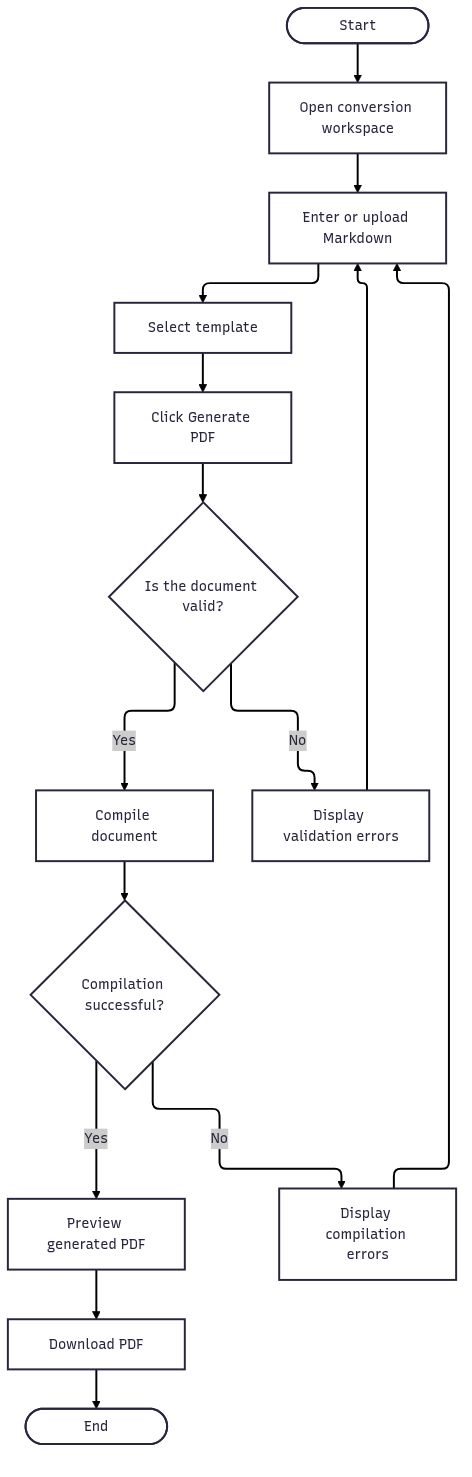
Litho-MD/uet-fyp-docs keeps this Mermaid diagram as Figures/userflow/01-user-md-to-pdf.png. Above is the earlier version. Its source is kept beside it as diagrams/mmd/userflow/01-user-md-to-pdf.mmd. Its diagram source:
```mermaid
---
config:
  theme: redux
  look: classic
  layout: elk
---
flowchart TB
    A(["Start"]) --> B["Open conversion workspace"]
    B --> C["Enter or upload Markdown"]
    C --> D["Select template"]
    D --> E["Click Generate PDF"]
    E --> F{"Is the document valid?"}
    F -- No --> G["Display validation errors"]
    G --> C
    F -- Yes --> H["Compile document"]
    H --> I{"Compilation successful?"}
    I -- No --> J["Display compilation errors"]
    J --> C
    I -- Yes --> K["Preview generated PDF"]
    K --> L["Download PDF"]
    L --> M(["End"])
```
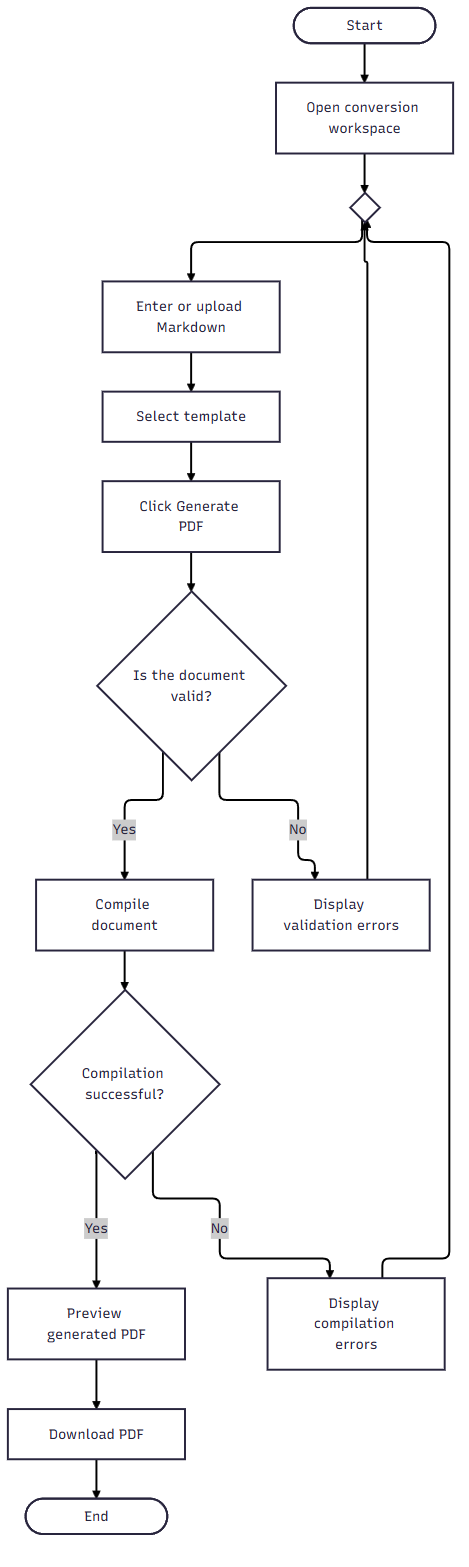
Later version of the same file.

Change to the diagram source:
```diff
@@ -2,20 +2,24 @@
 config:
   theme: redux
   look: classic
-  layout: elk
 ---
-flowchart TB
-    A(["Start"]) --> B["Open conversion workspace"]
-    B --> C["Enter or upload Markdown"]
-    C --> D["Select template"]
-    D --> E["Click Generate PDF"]
-    E --> F{"Is the document valid?"}
-    F -- No --> G["Display validation errors"]
-    G --> C
-    F -- Yes --> H["Compile document"]
-    H --> I{"Compilation successful?"}
-    I -- No --> J["Display compilation errors"]
-    J --> C
-    I -- Yes --> K["Preview generated PDF"]
-    K --> L["Download PDF"]
-    L --> M(["End"])
+flowchart TD
+    A([Start]) --> B[Open conversion workspace]
+    B --> M_input{" "}
+    M_input --> C[Enter or upload Markdown]
+    C --> D[Select template]
+    D --> E[Click Generate PDF]
+    E --> F{Is the document valid?}
+
+    F -- No --> G[Display validation errors]
+    G --> M_input
+
+    F -- Yes --> H[Compile document]
+    H --> I{Compilation successful?}
+
+    I -- No --> J[Display compilation errors]
+    J --> M_input
+
+    I -- Yes --> K[Preview generated PDF]
+    K --> L[Download PDF]
+    L --> M([End])
```
